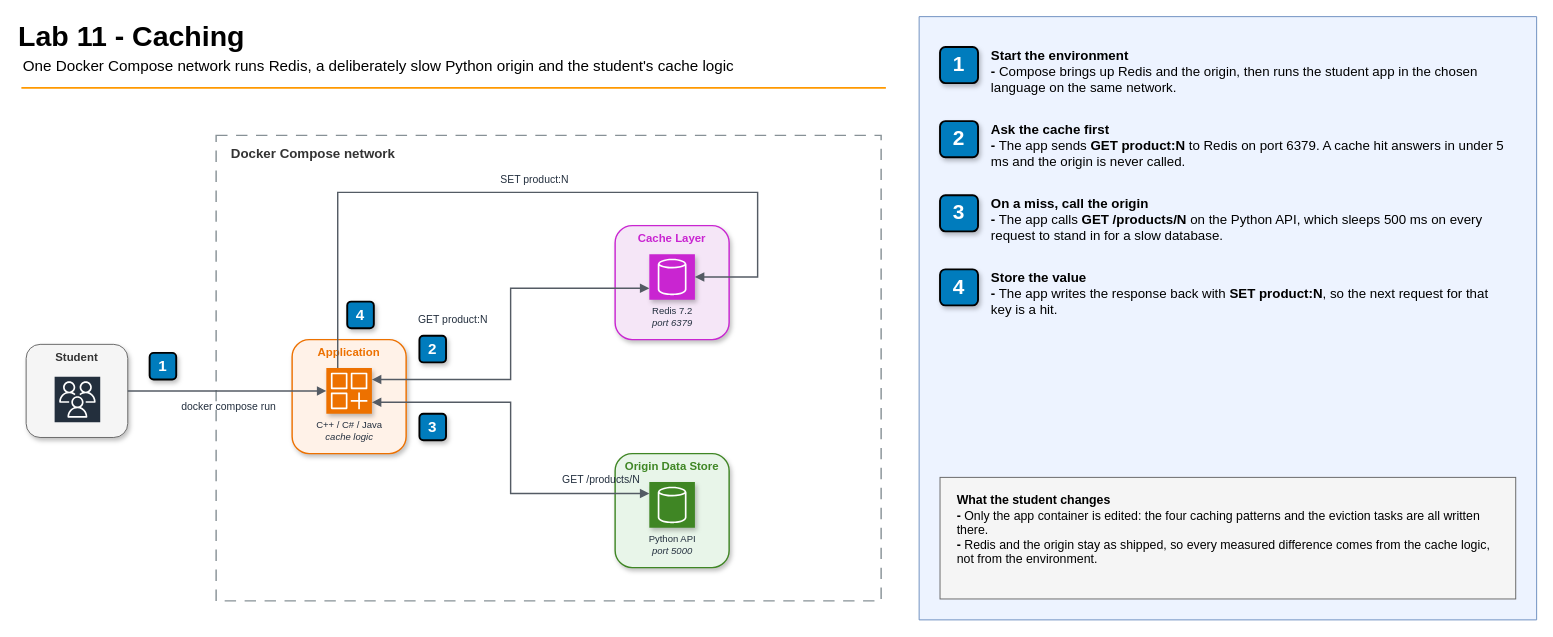
gamaware/system-design-course keeps this draw.io diagram as 11-caching/diagrams/lab11-architecture.drawio. Above is the earlier version. Source tidied: cells renumbered, new cells numbered last; positions are measured from the earlier drawing's top-left corner, leaving out a move shared by most shapes. Both pictures are drawn from the tidied source at 95%, with x=0, y=0 at pixel (16, 16). Pictures stored in the file or linked from it are replaced by grey dashed boxes.
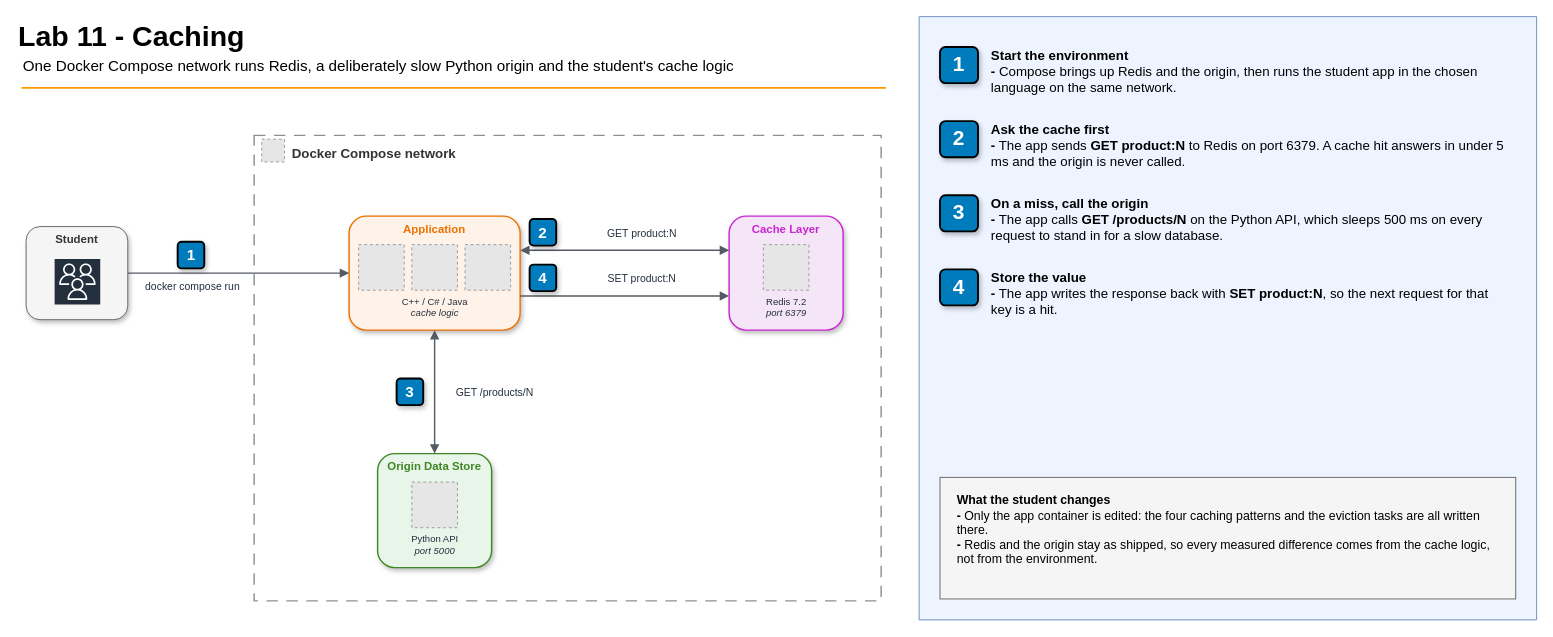
Above is the later version.

Diff of the diagram source:
```diff
@@
-    <mxCell id="6" value="Docker Compose network" style="rounded=0;html=1;whiteSpace=wrap;fillColor=none;strokeColor=#879196;dashed=1;dashPattern=8 6;strokeWidth=1.5;verticalAlign=top;align=left;spacingLeft=14;spacingTop=4;fontSize=14;fontStyle=1;fontColor=light-dark(#333333,#FAFAFA);fontFamily=Helvetica;" parent="1" vertex="1">
-      <mxGeometry x="210" y="125" width="700" height="490" as="geometry" />
+    <mxCell id="6" value="Docker Compose network" style="rounded=0;html=1;whiteSpace=wrap;fillColor=none;strokeColor=#879196;dashed=1;dashPattern=8 6;strokeWidth=1.5;verticalAlign=top;align=left;spacingLeft=38;spacingTop=4;fontSize=14;fontStyle=1;fontColor=light-dark(#333333,#FAFAFA);fontFamily=Helvetica;" parent="1" vertex="1">
+      <mxGeometry x="250" y="125" width="660" height="490" as="geometry" />
     </mxCell>
+    <mxCell id="38" style="fillColor=#E6E6E6;strokeColor=#999999;dashed=1;verticalLabelPosition=bottom;verticalAlign=top;align=center;html=1;labelBackgroundColor=none;fontSize=10;fontColor=#232F3E;fontFamily=Helvetica;" parent="1" vertex="1">
+      <mxGeometry x="258" y="129" width="24" height="24" as="geometry" />
+    </mxCell>
     <mxCell id="7" value="Student" style="rounded=1;html=1;whiteSpace=wrap;fillColor=#f5f5f5;strokeColor=light-dark(#666666,#D4D4D4);verticalAlign=top;align=center;fontStyle=1;fontSize=12;fontColor=#333333;shadow=1;strokeWidth=1;fontFamily=Helvetica;" parent="1" vertex="1">
-      <mxGeometry x="10" y="345" width="107" height="98" as="geometry" />
+      <mxGeometry x="10" y="221" width="107" height="98" as="geometry" />
     </mxCell>
@@
     <mxCell id="9" value="Application" style="rounded=1;html=1;whiteSpace=wrap;fillColor=#FFF2E8;strokeColor=#ED7100;verticalAlign=top;align=center;fontStyle=1;fontSize=12;fontColor=#ED7100;shadow=1;strokeWidth=1.5;fontFamily=Helvetica;" parent="1" vertex="1">
-      <mxGeometry x="290" y="340" width="120" height="120" as="geometry" />
+      <mxGeometry x="350" y="210" width="180" height="120" as="geometry" />
     </mxCell>
-    <mxCell id="10" value="C++ / C# / Java&lt;div&gt;&lt;i&gt;cache logic&lt;/i&gt;&lt;/div&gt;" style="sketch=0;points=[[0,0,0],[0.25,0,0],[0.5,0,0],[0.75,0,0],[1,0,0],[0,1,0],[0.25,1,0],[0.5,1,0],[0.75,1,0],[1,1,0],[0,0.25,0],[0,0.5,0],[0,0.75,0],[1,0.25,0],[1,0.5,0],[1,0.75,0]];outlineConnect=0;fontColor=#232F3E;fillColor=#ED7100;strokeColor=#ffffff;dashed=0;verticalLabelPosition=bottom;verticalAlign=top;align=center;html=1;fontSize=10;fontStyle=0;shape=mxgraph.aws4.resourceIcon;resIcon=mxgraph.aws4.generic_application;shadow=1;fontFamily=Helvetica;" parent="9" vertex="1">
-      <mxGeometry x="36" y="30" width="48" height="48" as="geometry" />
+    <mxCell id="10" value="C++ / C# / Java&lt;div&gt;&lt;i&gt;cache logic&lt;/i&gt;&lt;/div&gt;" style="fillColor=#E6E6E6;strokeColor=#999999;dashed=1;verticalLabelPosition=bottom;verticalAlign=top;align=center;html=1;labelBackgroundColor=none;fontSize=10;fontColor=#232F3E;fontFamily=Helvetica;" parent="9" vertex="1">
+      <mxGeometry x="66" y="30" width="48" height="48" as="geometry" />
     </mxCell>
+    <mxCell id="39" style="fillColor=#E6E6E6;strokeColor=#999999;dashed=1;verticalLabelPosition=bottom;verticalAlign=top;align=center;html=1;labelBackgroundColor=none;fontSize=10;fontColor=#232F3E;fontFamily=Helvetica;" parent="9" vertex="1">
+      <mxGeometry x="122" y="30" width="48" height="48" as="geometry" />
+    </mxCell>
+    <mxCell id="40" style="fillColor=#E6E6E6;strokeColor=#999999;dashed=1;verticalLabelPosition=bottom;verticalAlign=top;align=center;html=1;labelBackgroundColor=none;fontSize=10;fontColor=#232F3E;fontFamily=Helvetica;" parent="9" vertex="1">
+      <mxGeometry x="10" y="30" width="48" height="48" as="geometry" />
+    </mxCell>
     <mxCell id="11" value="Cache Layer" style="rounded=1;html=1;whiteSpace=wrap;fillColor=#F5E6F7;strokeColor=#C925D1;verticalAlign=top;align=center;fontStyle=1;fontSize=12;fontColor=#C925D1;shadow=1;strokeWidth=1.5;fontFamily=Helvetica;" parent="1" vertex="1">
-      <mxGeometry x="630" y="220" width="120" height="120" as="geometry" />
+      <mxGeometry x="750" y="210" width="120" height="120" as="geometry" />
     </mxCell>
-    <mxCell id="12" value="Redis 7.2&lt;div&gt;&lt;i&gt;port 6379&lt;/i&gt;&lt;/div&gt;" style="sketch=0;points=[[0,0,0],[0.25,0,0],[0.5,0,0],[0.75,0,0],[1,0,0],[0,1,0],[0.25,1,0],[0.5,1,0],[0.75,1,0],[1,1,0],[0,0.25,0],[0,0.5,0],[0,0.75,0],[1,0.25,0],[1,0.5,0],[1,0.75,0]];outlineConnect=0;fontColor=#232F3E;fillColor=#C925D1;strokeColor=#ffffff;dashed=0;verticalLabelPosition=bottom;verticalAlign=top;align=center;html=1;fontSize=10;fontStyle=0;shape=mxgraph.aws4.resourceIcon;resIcon=mxgraph.aws4.generic_database;shadow=1;fontFamily=Helvetica;" parent="11" vertex="1">
+    <mxCell id="12" value="Redis 7.2&lt;div&gt;&lt;i&gt;port 6379&lt;/i&gt;&lt;/div&gt;" style="fillColor=#E6E6E6;strokeColor=#999999;dashed=1;verticalLabelPosition=bottom;verticalAlign=top;align=center;html=1;labelBackgroundColor=none;fontSize=10;fontColor=#232F3E;fontFamily=Helvetica;" parent="11" vertex="1">
       <mxGeometry x="36" y="30" width="48" height="48" as="geometry" />
     </mxCell>
     <mxCell id="13" value="Origin Data Store" style="rounded=1;html=1;whiteSpace=wrap;fillColor=#E8F5E9;strokeColor=#3F8624;verticalAlign=top;align=center;fontStyle=1;fontSize=12;fontColor=#3F8624;shadow=1;strokeWidth=1.5;fontFamily=Helvetica;" parent="1" vertex="1">
-      <mxGeometry x="630" y="460" width="120" height="120" as="geometry" />
+      <mxGeometry x="380" y="460" width="120" height="120" as="geometry" />
     </mxCell>
-    <mxCell id="14" value="Python API&lt;div&gt;&lt;i&gt;port 5000&lt;/i&gt;&lt;/div&gt;" style="sketch=0;points=[[0,0,0],[0.25,0,0],[0.5,0,0],[0.75,0,0],[1,0,0],[0,1,0],[0.25,1,0],[0.5,1,0],[0.75,1,0],[1,1,0],[0,0.25,0],[0,0.5,0],[0,0.75,0],[1,0.25,0],[1,0.5,0],[1,0.75,0]];outlineConnect=0;fontColor=#232F3E;fillColor=#3F8624;strokeColor=#ffffff;dashed=0;verticalLabelPosition=bottom;verticalAlign=top;align=center;html=1;fontSize=10;fontStyle=0;shape=mxgraph.aws4.resourceIcon;resIcon=mxgraph.aws4.generic_database;shadow=1;fontFamily=Helvetica;" parent="13" vertex="1">
+    <mxCell id="14" value="Python API&lt;div&gt;&lt;i&gt;port 5000&lt;/i&gt;&lt;/div&gt;" style="fillColor=#E6E6E6;strokeColor=#999999;dashed=1;verticalLabelPosition=bottom;verticalAlign=top;align=center;html=1;labelBackgroundColor=none;fontSize=10;fontColor=#232F3E;fontFamily=Helvetica;" parent="13" vertex="1">
       <mxGeometry x="36" y="30" width="48" height="48" as="geometry" />
     </mxCell>
-    <mxCell id="15" style="edgeStyle=orthogonalEdgeStyle;html=1;rounded=0;jettySize=auto;elbow=vertical;endArrow=block;endFill=1;strokeColor=#545B64;strokeWidth=1.5;fontFamily=Helvetica;exitX=1;exitY=0.5;exitDx=0;exitDy=0;entryX=0;entryY=0.5;entryDx=0;entryDy=0;startArrow=none;" parent="1" edge="1" source="7" target="10">
+    <mxCell id="15" style="edgeStyle=orthogonalEdgeStyle;rounded=0;jettySize=auto;html=1;strokeColor=#545B64;strokeWidth=1.5;endArrow=block;endFill=1;fontFamily=Helvetica;fontSize=11;jumpStyle=arc;jumpSize=10;labelBackgroundColor=default;exitX=1;exitY=0.5;exitDx=0;exitDy=0;entryX=0;entryY=0.5;entryDx=0;entryDy=0;startArrow=none;" parent="1" edge="1" source="7" target="9">
       <mxGeometry relative="1" as="geometry" />
     </mxCell>
-    <mxCell id="16" value="docker compose run" style="edgeLabel;html=1;align=center;verticalAlign=middle;labelBackgroundColor=none;fontSize=11;fontColor=light-dark(#232F3E,#F5F5F5);fontFamily=Helvetica;" parent="15" vertex="1">
+    <mxCell id="16" value="docker compose run" style="edgeLabel;html=1;align=center;verticalAlign=middle;labelBackgroundColor=default;fontSize=11;fontColor=light-dark(#232F3E,#F5F5F5);fontFamily=Helvetica;" parent="15" vertex="1">
       <mxGeometry relative="1" as="geometry">
-        <mxPoint y="16" as="offset" />
+        <mxPoint x="-50" y="13" as="offset" />
       </mxGeometry>
     </mxCell>
-    <mxCell id="17" style="edgeStyle=orthogonalEdgeStyle;html=1;rounded=0;jettySize=auto;elbow=vertical;endArrow=block;endFill=1;strokeColor=#545B64;strokeWidth=1.5;fontFamily=Helvetica;exitX=1;exitY=0.25;exitDx=0;exitDy=0;entryX=0;entryY=0.75;entryDx=0;entryDy=0;startArrow=block;startFill=1;" parent="1" edge="1" source="10" target="12">
-      <mxGeometry relative="1" as="geometry">
-        <Array as="points">
-          <mxPoint x="520" y="382" />
-          <mxPoint x="520" y="286" />
-        </Array>
-      </mxGeometry>
+    <mxCell id="17" style="edgeStyle=orthogonalEdgeStyle;rounded=0;jettySize=auto;html=1;strokeColor=#545B64;strokeWidth=1.5;endArrow=block;endFill=1;fontFamily=Helvetica;fontSize=11;jumpStyle=arc;jumpSize=10;labelBackgroundColor=default;exitX=1;exitY=0.3;exitDx=0;exitDy=0;entryX=0;entryY=0.3;entryDx=0;entryDy=0;startArrow=block;startFill=1;" parent="1" edge="1" source="9" target="11">
+      <mxGeometry relative="1" as="geometry" />
     </mxCell>
-    <mxCell id="18" value="GET product:N" style="edgeLabel;html=1;align=center;verticalAlign=middle;labelBackgroundColor=none;fontSize=11;fontColor=light-dark(#232F3E,#F5F5F5);fontFamily=Helvetica;" parent="17" vertex="1">
+    <mxCell id="18" value="GET product:N" style="edgeLabel;html=1;align=center;verticalAlign=middle;labelBackgroundColor=default;fontSize=11;fontColor=light-dark(#232F3E,#F5F5F5);fontFamily=Helvetica;" parent="17" vertex="1">
       <mxGeometry relative="1" as="geometry">
-        <mxPoint x="-62" y="-16" as="offset" />
+        <mxPoint x="17" y="-19" as="offset" />
       </mxGeometry>
     </mxCell>
-    <mxCell id="19" style="edgeStyle=orthogonalEdgeStyle;html=1;rounded=0;jettySize=auto;elbow=vertical;endArrow=block;endFill=1;strokeColor=#545B64;strokeWidth=1.5;fontFamily=Helvetica;exitX=1;exitY=0.75;exitDx=0;exitDy=0;entryX=0;entryY=0.25;entryDx=0;entryDy=0;startArrow=block;startFill=1;" parent="1" edge="1" source="10" target="14">
-      <mxGeometry relative="1" as="geometry">
-        <Array as="points">
-          <mxPoint x="520" y="406" />
-          <mxPoint x="520" y="502" />
-        </Array>
-      </mxGeometry>
+    <mxCell id="19" style="edgeStyle=orthogonalEdgeStyle;rounded=0;jettySize=auto;html=1;strokeColor=#545B64;strokeWidth=1.5;endArrow=block;endFill=1;fontFamily=Helvetica;fontSize=11;jumpStyle=arc;jumpSize=10;labelBackgroundColor=default;exitX=0.5;exitY=1;exitDx=0;exitDy=0;entryX=0.5;entryY=0;entryDx=0;entryDy=0;startArrow=block;startFill=1;" parent="1" edge="1" source="9" target="13">
+      <mxGeometry relative="1" as="geometry" />
     </mxCell>
-    <mxCell id="20" value="GET /products/N" style="edgeLabel;html=1;align=center;verticalAlign=middle;labelBackgroundColor=none;fontSize=11;fontColor=light-dark(#232F3E,#F5F5F5);fontFamily=Helvetica;" parent="19" vertex="1">
-      <mxGeometry x="0.5" relative="1" as="geometry">
-        <mxPoint x="45" y="-16" as="offset" />
+    <mxCell id="20" value="GET /products/N" style="edgeLabel;html=1;align=center;verticalAlign=middle;labelBackgroundColor=default;fontSize=11;fontColor=light-dark(#232F3E,#F5F5F5);fontFamily=Helvetica;" parent="19" vertex="1">
+      <mxGeometry relative="1" as="geometry">
+        <mxPoint x="62" as="offset" />
       </mxGeometry>
     </mxCell>
-    <mxCell id="21" style="edgeStyle=orthogonalEdgeStyle;html=1;rounded=0;jettySize=auto;elbow=vertical;endArrow=block;endFill=1;strokeColor=#545B64;strokeWidth=1.5;fontFamily=Helvetica;exitX=0.25;exitY=0;exitDx=0;exitDy=0;entryX=1;entryY=0.5;entryDx=0;entryDy=0;startArrow=none;" parent="1" edge="1" source="10" target="12">
-      <mxGeometry relative="1" as="geometry">
-        <Array as="points">
-          <mxPoint x="338" y="185" />
-          <mxPoint x="780" y="185" />
-          <mxPoint x="780" y="274" />
-        </Array>
-      </mxGeometry>
+    <mxCell id="21" style="edgeStyle=orthogonalEdgeStyle;rounded=0;jettySize=auto;html=1;strokeColor=#545B64;strokeWidth=1.5;endArrow=block;endFill=1;fontFamily=Helvetica;fontSize=11;jumpStyle=arc;jumpSize=10;labelBackgroundColor=default;exitX=1;exitY=0.7;exitDx=0;exitDy=0;entryX=0;entryY=0.7;entryDx=0;entryDy=0;startArrow=none;" parent="1" edge="1" source="9" target="11">
+      <mxGeometry relative="1" as="geometry" />
     </mxCell>
-    <mxCell id="22" value="SET product:N" style="edgeLabel;html=1;align=center;verticalAlign=middle;labelBackgroundColor=none;fontSize=11;fontColor=light-dark(#232F3E,#F5F5F5);fontFamily=Helvetica;" parent="21" vertex="1">
+    <mxCell id="22" value="SET product:N" style="edgeLabel;html=1;align=center;verticalAlign=middle;labelBackgroundColor=default;fontSize=11;fontColor=light-dark(#232F3E,#F5F5F5);fontFamily=Helvetica;" parent="21" vertex="1">
       <mxGeometry relative="1" as="geometry">
-        <mxPoint y="-14" as="offset" />
+        <mxPoint x="17" y="-19" as="offset" />
       </mxGeometry>
     </mxCell>
     <mxCell id="23" value="1" style="rounded=1;whiteSpace=wrap;html=1;fillColor=#007CBD;strokeColor=default;fontColor=#FFFFFF;fontStyle=1;fontSize=16;shadow=1;glass=0;strokeWidth=2;align=center;verticalAlign=middle;labelBackgroundColor=none;fontFamily=Helvetica;" parent="1" vertex="1">
-      <mxGeometry x="140" y="354" width="28" height="28" as="geometry" />
+      <mxGeometry x="169.5" y="237" width="28" height="28" as="geometry" />
     </mxCell>
     <mxCell id="24" value="2" style="rounded=1;whiteSpace=wrap;html=1;fillColor=#007CBD;strokeColor=default;fontColor=#FFFFFF;fontStyle=1;fontSize=16;shadow=1;glass=0;strokeWidth=2;align=center;verticalAlign=middle;labelBackgroundColor=none;fontFamily=Helvetica;" parent="1" vertex="1">
-      <mxGeometry x="424" y="336" width="28" height="28" as="geometry" />
+      <mxGeometry x="540" y="213" width="28" height="28" as="geometry" />
     </mxCell>
     <mxCell id="25" value="3" style="rounded=1;whiteSpace=wrap;html=1;fillColor=#007CBD;strokeColor=default;fontColor=#FFFFFF;fontStyle=1;fontSize=16;shadow=1;glass=0;strokeWidth=2;align=center;verticalAlign=middle;labelBackgroundColor=none;fontFamily=Helvetica;" parent="1" vertex="1">
-      <mxGeometry x="424" y="418" width="28" height="28" as="geometry" />
+      <mxGeometry x="400" y="381" width="28" height="28" as="geometry" />
     </mxCell>
     <mxCell id="26" value="4" style="rounded=1;whiteSpace=wrap;html=1;fillColor=#007CBD;strokeColor=default;fontColor=#FFFFFF;fontStyle=1;fontSize=16;shadow=1;glass=0;strokeWidth=2;align=center;verticalAlign=middle;labelBackgroundColor=none;fontFamily=Helvetica;" parent="1" vertex="1">
-      <mxGeometry x="348" y="300" width="28" height="28" as="geometry" />
+      <mxGeometry x="540" y="261" width="28" height="28" as="geometry" />
     </mxCell>
```
